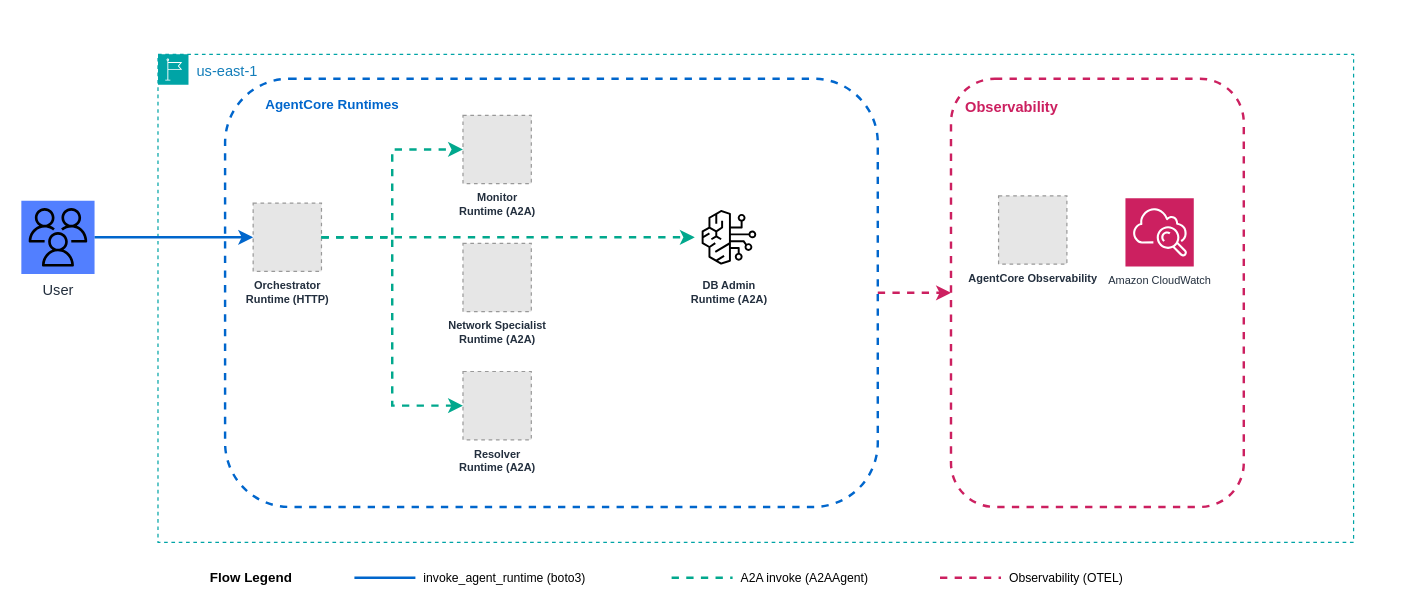
Earlier version of the draw.io diagram samples/06-dynamic-swarm/production/architecture.drawio (aws-samples/sample-multi-agent-systems-with-strands-workshop). Source tidied: cells renumbered, new cells numbered last; positions are measured from the earlier drawing's top-left corner, leaving out a move shared by most shapes. Both pictures are drawn from the tidied source at 122%, with x=0, y=0 at pixel (21, 54). Pictures stored in the file or linked from it are replaced by grey dashed boxes.
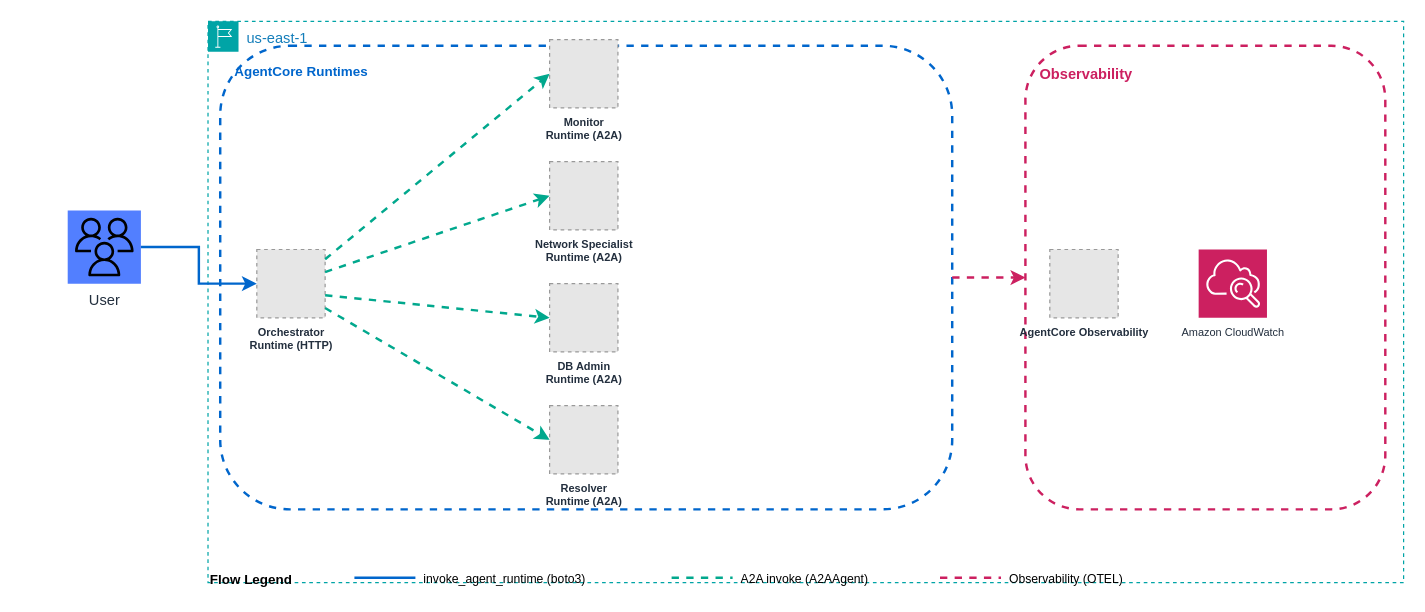
The same diagram, later.

Commit message (it also covers changes not shown here):
Fix diagrams: 06 clean fan-out layout, remove duplicate images from READMEs, clean 08 arrows

What changed in the source:
```diff
@@
     <mxCell id="2" value="User" style="sketch=0;outlineConnect=0;fontColor=#232F3E;gradientColor=none;fillColor=#527FFF;strokeColor=none;dashed=0;verticalLabelPosition=bottom;verticalAlign=top;align=center;html=1;fontSize=12;fontStyle=0;shape=mxgraph.aws4.resourceIcon;resIcon=mxgraph.aws4.users;" parent="1" vertex="1">
-      <mxGeometry y="120" width="60" height="60" as="geometry" />
+      <mxGeometry x="38" y="128" width="60" height="60" as="geometry" />
     </mxCell>
     <mxCell id="3" value="us-east-1" style="gradientColor=none;html=1;whiteSpace=wrap;fontSize=12;fontStyle=0;shape=mxgraph.aws4.group;grIcon=mxgraph.aws4.group_region;strokeColor=#00A4A6;fillColor=none;verticalAlign=top;align=left;spacingLeft=30;fontColor=#147EBA;dashed=1;" parent="1" vertex="1">
-      <mxGeometry x="112" width="980" height="400" as="geometry" />
+      <mxGeometry x="153" y="-27" width="980" height="460" as="geometry" />
     </mxCell>
-    <mxCell id="4" value="&amp;nbsp; &amp;nbsp; &amp;nbsp; &amp;nbsp;AgentCore Runtimes" style="rounded=1;whiteSpace=wrap;html=1;fillColor=none;strokeColor=#0066CC;strokeWidth=2;dashed=1;fontSize=11;fontStyle=1;fontColor=#0066CC;verticalAlign=top;align=left;spacingLeft=10;spacingTop=8;" parent="3" vertex="1">
-      <mxGeometry x="55" y="20" width="535" height="351" as="geometry" />
+    <mxCell id="4" value="AgentCore Runtimes" style="rounded=1;whiteSpace=wrap;html=1;fillColor=none;strokeColor=#0066CC;strokeWidth=2;dashed=1;fontSize=11;fontStyle=1;fontColor=#0066CC;verticalAlign=top;align=left;spacingLeft=10;spacingTop=8;" parent="3" vertex="1">
+      <mxGeometry x="10" y="20" width="600" height="380" as="geometry" />
     </mxCell>
     <mxCell id="5" value="Orchestrator&lt;div&gt;Runtime (HTTP)&lt;/div&gt;" style="fillColor=#E6E6E6;strokeColor=#999999;dashed=1;html=1;verticalLabelPosition=bottom;labelBackgroundColor=none;verticalAlign=top;fontSize=9;fontStyle=1;fontColor=#232F3E;" parent="3" vertex="1">
-      <mxGeometry x="78" y="122" width="56" height="56" as="geometry" />
+      <mxGeometry x="40" y="187" width="56" height="56" as="geometry" />
     </mxCell>
     <mxCell id="6" value="Monitor&lt;div&gt;Runtime (A2A)&lt;/div&gt;" style="fillColor=#E6E6E6;strokeColor=#999999;dashed=1;html=1;verticalLabelPosition=bottom;labelBackgroundColor=none;verticalAlign=top;fontSize=9;fontStyle=1;fontColor=#232F3E;" parent="3" vertex="1">
-      <mxGeometry x="250" y="50" width="56" height="56" as="geometry" />
+      <mxGeometry x="280" y="15" width="56" height="56" as="geometry" />
     </mxCell>
     <mxCell id="7" value="Network Specialist&lt;div&gt;Runtime (A2A)&lt;/div&gt;" style="fillColor=#E6E6E6;strokeColor=#999999;dashed=1;html=1;verticalLabelPosition=bottom;labelBackgroundColor=none;verticalAlign=top;fontSize=9;fontStyle=1;fontColor=#232F3E;" parent="3" vertex="1">
-      <mxGeometry x="250" y="155" width="56" height="56" as="geometry" />
+      <mxGeometry x="280" y="115" width="56" height="56" as="geometry" />
     </mxCell>
+    <mxCell id="16" value="DB Admin&lt;div&gt;Runtime (A2A)&lt;/div&gt;" style="fillColor=#E6E6E6;strokeColor=#999999;dashed=1;html=1;verticalLabelPosition=bottom;labelBackgroundColor=none;verticalAlign=top;fontSize=9;fontStyle=1;fontColor=#232F3E;" parent="3" vertex="1">
+      <mxGeometry x="280" y="215" width="56" height="56" as="geometry" />
+    </mxCell>
     <mxCell id="8" value="Resolver&lt;div&gt;Runtime (A2A)&lt;/div&gt;" style="fillColor=#E6E6E6;strokeColor=#999999;dashed=1;html=1;verticalLabelPosition=bottom;labelBackgroundColor=none;verticalAlign=top;fontSize=9;fontStyle=1;fontColor=#232F3E;" parent="3" vertex="1">
-      <mxGeometry x="250" y="260" width="56" height="56" as="geometry" />
+      <mxGeometry x="280" y="315" width="56" height="56" as="geometry" />
     </mxCell>
     <mxCell id="9" value="Observability" style="rounded=1;whiteSpace=wrap;html=1;fillColor=none;strokeColor=#CC2060;strokeWidth=2;dashed=1;fontSize=12;fontStyle=1;fontColor=#CC2060;verticalAlign=top;align=left;spacingLeft=10;spacingTop=10;" parent="3" vertex="1">
-      <mxGeometry x="650" y="20" width="240" height="351" as="geometry" />
+      <mxGeometry x="670" y="20" width="295" height="380" as="geometry" />
     </mxCell>
     <mxCell id="10" value="AgentCore Observability" style="fillColor=#E6E6E6;strokeColor=#999999;dashed=1;html=1;verticalLabelPosition=bottom;labelBackgroundColor=none;verticalAlign=top;fontSize=9;fontStyle=1;fontColor=#232F3E;" parent="3" vertex="1">
-      <mxGeometry x="689" y="116" width="56" height="56" as="geometry" />
+      <mxGeometry x="690" y="187" width="56" height="56" as="geometry" />
     </mxCell>
     <mxCell id="11" value="Amazon CloudWatch" style="sketch=0;fontColor=#232F3E;fillColor=#CC2060;strokeColor=#ffffff;dashed=0;verticalLabelPosition=bottom;verticalAlign=top;align=center;html=1;fontSize=9;fontStyle=0;shape=mxgraph.aws4.resourceIcon;resIcon=mxgraph.aws4.cloudwatch;" parent="3" vertex="1">
-      <mxGeometry x="793" y="118" width="56" height="56" as="geometry" />
+      <mxGeometry x="812" y="187" width="56" height="56" as="geometry" />
     </mxCell>
+    <mxCell id="18" style="edgeStyle=orthogonalEdgeStyle;rounded=0;html=1;strokeColor=#0066CC;strokeWidth=2;flowAnimation=1;exitX=1;exitY=0.5;entryX=0;entryY=0.5;" parent="1" edge="1" source="2" target="5">
+      <mxGeometry relative="1" as="geometry" />
+    </mxCell>
-    <mxCell id="12" style="edgeStyle=orthogonalEdgeStyle;rounded=0;jettySize=auto;html=1;strokeColor=#01A88D;strokeWidth=2;flowAnimation=1;dashed=1;exitX=1;exitY=0.5;exitDx=0;exitDy=0;entryX=0;entryY=0.5;entryDx=0;entryDy=0;" parent="3" edge="1" source="5" target="6">
+    <mxCell id="12" style="rounded=0;html=1;strokeColor=#01A88D;strokeWidth=2;flowAnimation=1;dashed=1;exitX=1;exitY=0;exitDx=0;exitDy=8;entryX=0;entryY=0.5;" parent="3" edge="1" source="5" target="6">
       <mxGeometry relative="1" as="geometry" />
     </mxCell>
-    <mxCell id="13" style="edgeStyle=orthogonalEdgeStyle;rounded=0;jettySize=auto;html=1;strokeColor=#01A88D;strokeWidth=2;flowAnimation=1;dashed=1;exitX=1;exitY=0.5;exitDx=0;exitDy=0;entryX=0;entryY=0.5;entryDx=0;entryDy=0;" parent="3" edge="1" source="5">
-      <mxGeometry relative="1" as="geometry" />
-    </mxCell>
+    <mxCell id="26" style="rounded=0;html=1;strokeColor=#01A88D;strokeWidth=2;flowAnimation=1;dashed=1;exitX=1;exitY=0.33;exitDx=0;exitDy=0;entryX=0;entryY=0.5;" parent="3" edge="1" source="5" target="7">
+      <mxGeometry relative="1" as="geometry" />
+    </mxCell>
+    <mxCell id="17" style="rounded=0;html=1;strokeColor=#01A88D;strokeWidth=2;flowAnimation=1;dashed=1;exitX=1;exitY=0.67;exitDx=0;exitDy=0;entryX=0;entryY=0.5;" parent="3" edge="1" source="5" target="16">
+      <mxGeometry relative="1" as="geometry" />
+    </mxCell>
-    <mxCell id="14" style="edgeStyle=orthogonalEdgeStyle;rounded=0;jettySize=auto;html=1;strokeColor=#01A88D;strokeWidth=2;flowAnimation=1;dashed=1;exitX=1;exitY=0.5;exitDx=0;exitDy=0;entryX=0;entryY=0.5;entryDx=0;entryDy=0;" parent="3" edge="1" source="5" target="8">
+    <mxCell id="14" style="rounded=0;html=1;strokeColor=#01A88D;strokeWidth=2;flowAnimation=1;dashed=1;exitX=1;exitY=1;exitDx=0;exitDy=-8;entryX=0;entryY=0.5;" parent="3" edge="1" source="5" target="8">
       <mxGeometry relative="1" as="geometry" />
     </mxCell>
-    <mxCell id="15" style="edgeStyle=orthogonalEdgeStyle;rounded=0;jettySize=auto;html=1;strokeColor=#CC2060;strokeWidth=2;flowAnimation=1;dashed=1;" parent="3" edge="1" source="4" target="9">
+    <mxCell id="15" style="edgeStyle=orthogonalEdgeStyle;rounded=0;html=1;strokeColor=#CC2060;strokeWidth=2;flowAnimation=1;dashed=1;" parent="3" edge="1" source="4" target="9">
       <mxGeometry relative="1" as="geometry" />
     </mxCell>
-    <mxCell id="16" value="DB Admin&lt;div&gt;Runtime (A2A)&lt;/div&gt;" style="sketch=0;html=1;verticalLabelPosition=bottom;labelBackgroundColor=none;verticalAlign=top;imageAspect=0;fontSize=9;fontStyle=1;fontColor=#232F3E;shape=mxgraph.aws4.resourceIcon;resIcon=mxgraph.aws4.bedrock;" parent="3" vertex="1">
-      <mxGeometry x="440" y="122" width="56" height="56" as="geometry" />
-    </mxCell>
-    <mxCell id="17" style="edgeStyle=orthogonalEdgeStyle;rounded=0;jettySize=auto;html=1;strokeColor=#01A88D;strokeWidth=2;flowAnimation=1;dashed=1;" parent="3" edge="1" source="5" target="16">
-      <mxGeometry relative="1" as="geometry" />
-    </mxCell>
-    <mxCell id="18" style="edgeStyle=orthogonalEdgeStyle;rounded=0;jettySize=auto;html=1;strokeColor=#0066CC;strokeWidth=2;flowAnimation=1;exitX=1;exitY=0.5;exitDx=0;exitDy=0;entryX=0;entryY=0.5;entryDx=0;entryDy=0;" parent="1" edge="1" source="2" target="5">
-      <mxGeometry relative="1" as="geometry" />
-    </mxCell>
-    <mxCell id="19" value="Flow Legend" style="text;html=1;whiteSpace=wrap;strokeColor=none;fillColor=none;align=left;verticalAlign=middle;rounded=0;fontSize=11;fontStyle=1;" parent="1" vertex="1">
+    <mxCell id="19" value="Flow Legend" style="text;html=1;strokeColor=none;fillColor=none;align=left;fontSize=11;fontStyle=1;" parent="1" vertex="1">
       <mxGeometry x="153" y="418" width="110" height="22" as="geometry" />
     </mxCell>
-    <mxCell id="20" style="edgeStyle=orthogonalEdgeStyle;rounded=0;orthogonalLoop=1;jettySize=auto;html=1;strokeColor=#0066CC;strokeWidth=2;endArrow=none;" parent="1" edge="1">
+    <mxCell id="20" style="rounded=0;html=1;strokeColor=#0066CC;strokeWidth=2;endArrow=none;" parent="1" edge="1">
       <mxGeometry relative="1" as="geometry">
         <mxPoint x="273" y="429" as="sourcePoint" />
         <mxPoint x="323" y="429" as="targetPoint" />
       </mxGeometry>
     </mxCell>
-    <mxCell id="21" value="invoke_agent_runtime (boto3)" style="text;html=1;whiteSpace=wrap;strokeColor=none;fillColor=none;align=left;verticalAlign=middle;rounded=0;fontSize=10;" parent="1" vertex="1">
+    <mxCell id="21" value="invoke_agent_runtime (boto3)" style="text;html=1;strokeColor=none;fillColor=none;align=left;fontSize=10;" parent="1" vertex="1">
       <mxGeometry x="328" y="418" width="190" height="22" as="geometry" />
     </mxCell>
-    <mxCell id="22" style="edgeStyle=orthogonalEdgeStyle;rounded=0;orthogonalLoop=1;jettySize=auto;html=1;strokeColor=#01A88D;strokeWidth=2;dashed=1;endArrow=none;" parent="1" edge="1">
+    <mxCell id="22" style="rounded=0;html=1;strokeColor=#01A88D;strokeWidth=2;dashed=1;endArrow=none;" parent="1" edge="1">
       <mxGeometry relative="1" as="geometry">
         <mxPoint x="533" y="429" as="sourcePoint" />
         <mxPoint x="583" y="429" as="targetPoint" />
       </mxGeometry>
     </mxCell>
-    <mxCell id="23" value="A2A invoke (A2AAgent)" style="text;html=1;whiteSpace=wrap;strokeColor=none;fillColor=none;align=left;verticalAlign=middle;rounded=0;fontSize=10;" parent="1" vertex="1">
+    <mxCell id="23" value="A2A invoke (A2AAgent)" style="text;html=1;strokeColor=none;fillColor=none;align=left;fontSize=10;" parent="1" vertex="1">
       <mxGeometry x="588" y="418" width="155" height="22" as="geometry" />
     </mxCell>
-    <mxCell id="24" style="edgeStyle=orthogonalEdgeStyle;rounded=0;orthogonalLoop=1;jettySize=auto;html=1;strokeColor=#CC2060;strokeWidth=2;dashed=1;endArrow=none;" parent="1" edge="1">
+    <mxCell id="24" style="rounded=0;html=1;strokeColor=#CC2060;strokeWidth=2;dashed=1;endArrow=none;" parent="1" edge="1">
       <mxGeometry relative="1" as="geometry">
         <mxPoint x="753" y="429" as="sourcePoint" />
         <mxPoint x="803" y="429" as="targetPoint" />
       </mxGeometry>
     </mxCell>
-    <mxCell id="25" value="Observability (OTEL)" style="text;html=1;whiteSpace=wrap;strokeColor=none;fillColor=none;align=left;verticalAlign=middle;rounded=0;fontSize=10;" parent="1" vertex="1">
+    <mxCell id="25" value="Observability (OTEL)" style="text;html=1;strokeColor=none;fillColor=none;align=left;fontSize=10;" parent="1" vertex="1">
       <mxGeometry x="808" y="418" width="150" height="22" as="geometry" />
     </mxCell>
```
